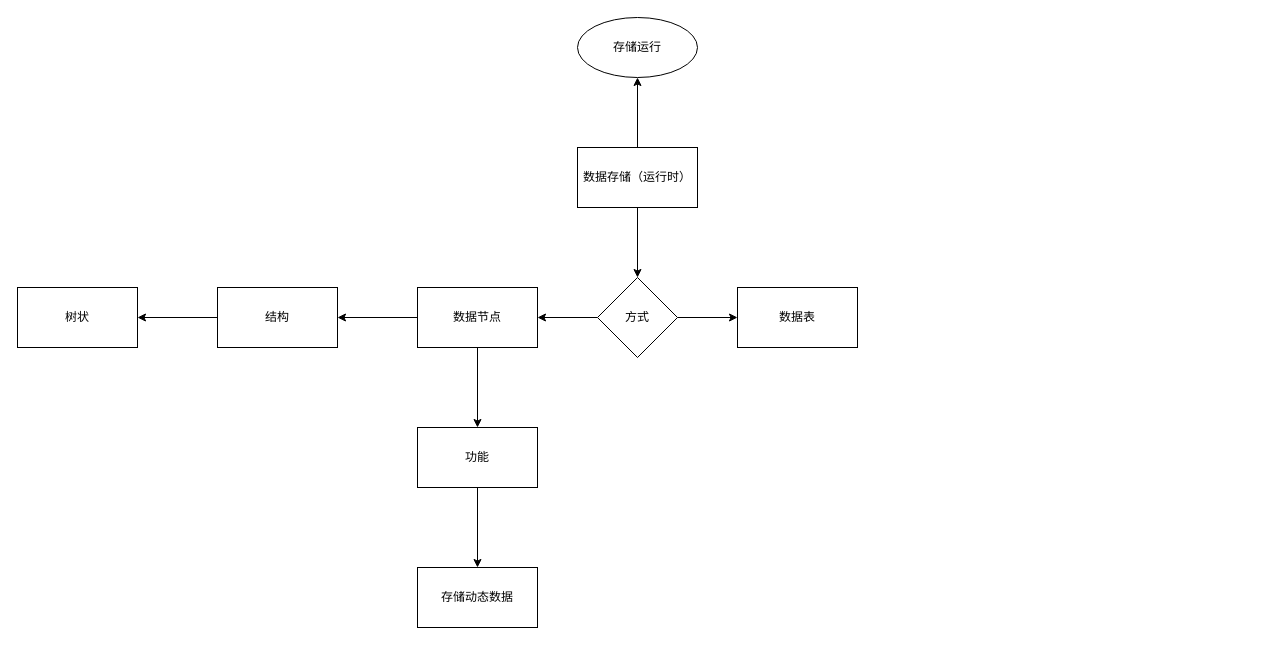
Earlier version of the draw.io diagram 数据节点.drawio (xzp3094997376/DrawIO). Source tidied: cells renumbered, new cells numbered last; positions are measured from the earlier drawing's top-left corner, leaving out a move shared by most shapes. Both pictures are drawn from the tidied source at 100%, with x=0, y=0 at pixel (17, 17).
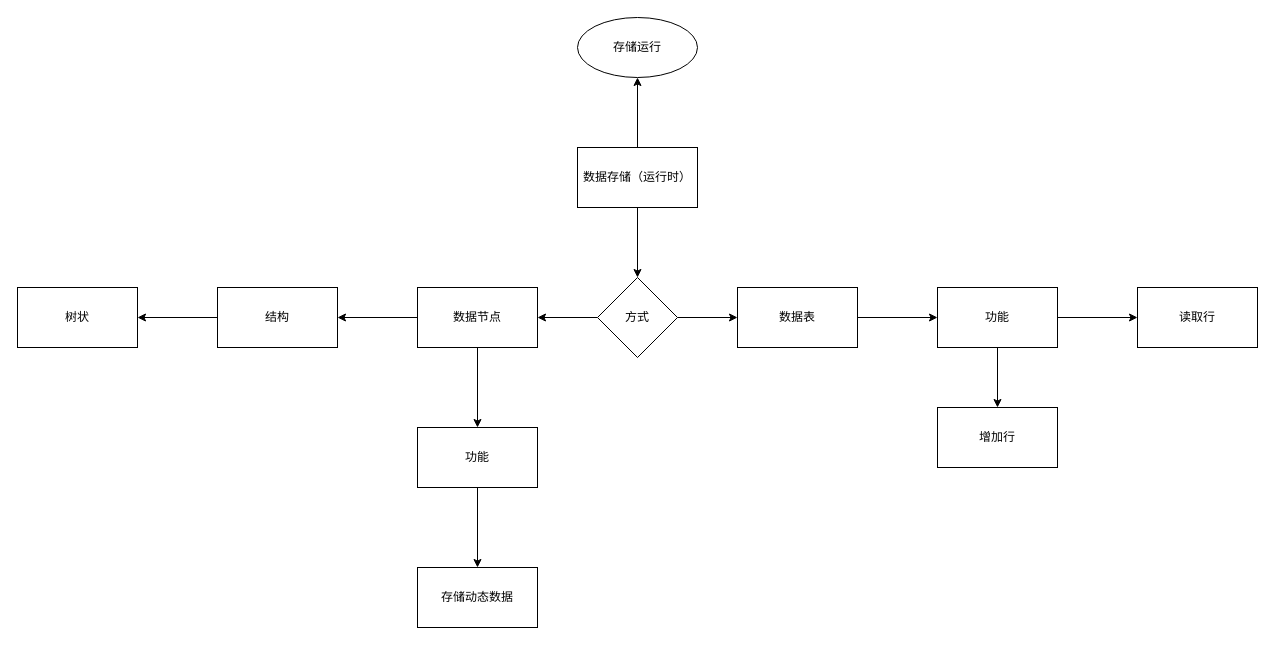
Above is the later version.

The change refers to these unchanged cells:
```xml
<mxCell id="12" value="数据表" style="whiteSpace=wrap;html=1;" parent="1" vertex="1">
  <mxGeometry x="720" y="270" width="120" height="60" as="geometry" />
</mxCell>
```

Change to the diagram source:
```diff
@@
+    <mxCell id="19" style="edgeStyle=orthogonalEdgeStyle;rounded=0;jettySize=auto;html=1;" parent="1" edge="1" source="12" target="22">
+      <mxGeometry relative="1" as="geometry" />
+    </mxCell>
@@
+    <mxCell id="20" style="edgeStyle=orthogonalEdgeStyle;rounded=0;jettySize=auto;html=1;" parent="1" edge="1" source="22" target="23">
+      <mxGeometry relative="1" as="geometry" />
+    </mxCell>
+    <mxCell id="21" style="edgeStyle=orthogonalEdgeStyle;rounded=0;jettySize=auto;html=1;" parent="1" edge="1" source="22" target="24">
+      <mxGeometry relative="1" as="geometry" />
+    </mxCell>
+    <mxCell id="22" value="功能" style="whiteSpace=wrap;html=1;" parent="1" vertex="1">
+      <mxGeometry x="920" y="270" width="120" height="60" as="geometry" />
+    </mxCell>
+    <mxCell id="23" value="读取行" style="whiteSpace=wrap;html=1;" parent="1" vertex="1">
+      <mxGeometry x="1120" y="270" width="120" height="60" as="geometry" />
+    </mxCell>
+    <mxCell id="24" value="增加行" style="whiteSpace=wrap;html=1;" parent="1" vertex="1">
+      <mxGeometry x="920" y="390" width="120" height="60" as="geometry" />
+    </mxCell>
```
